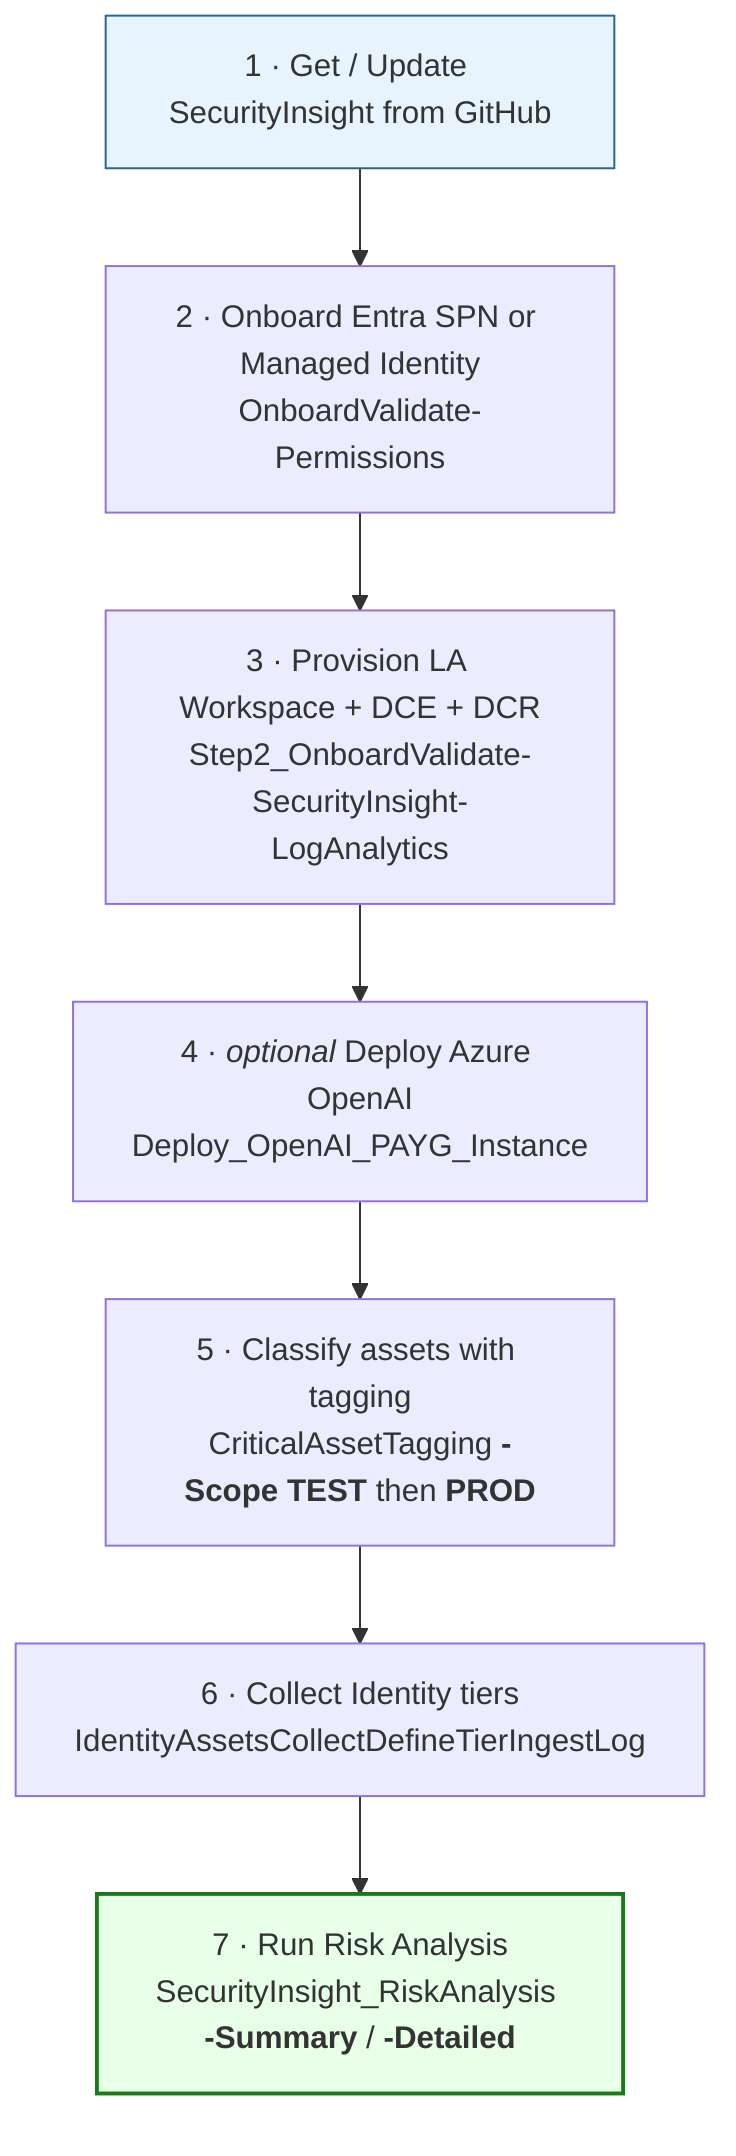
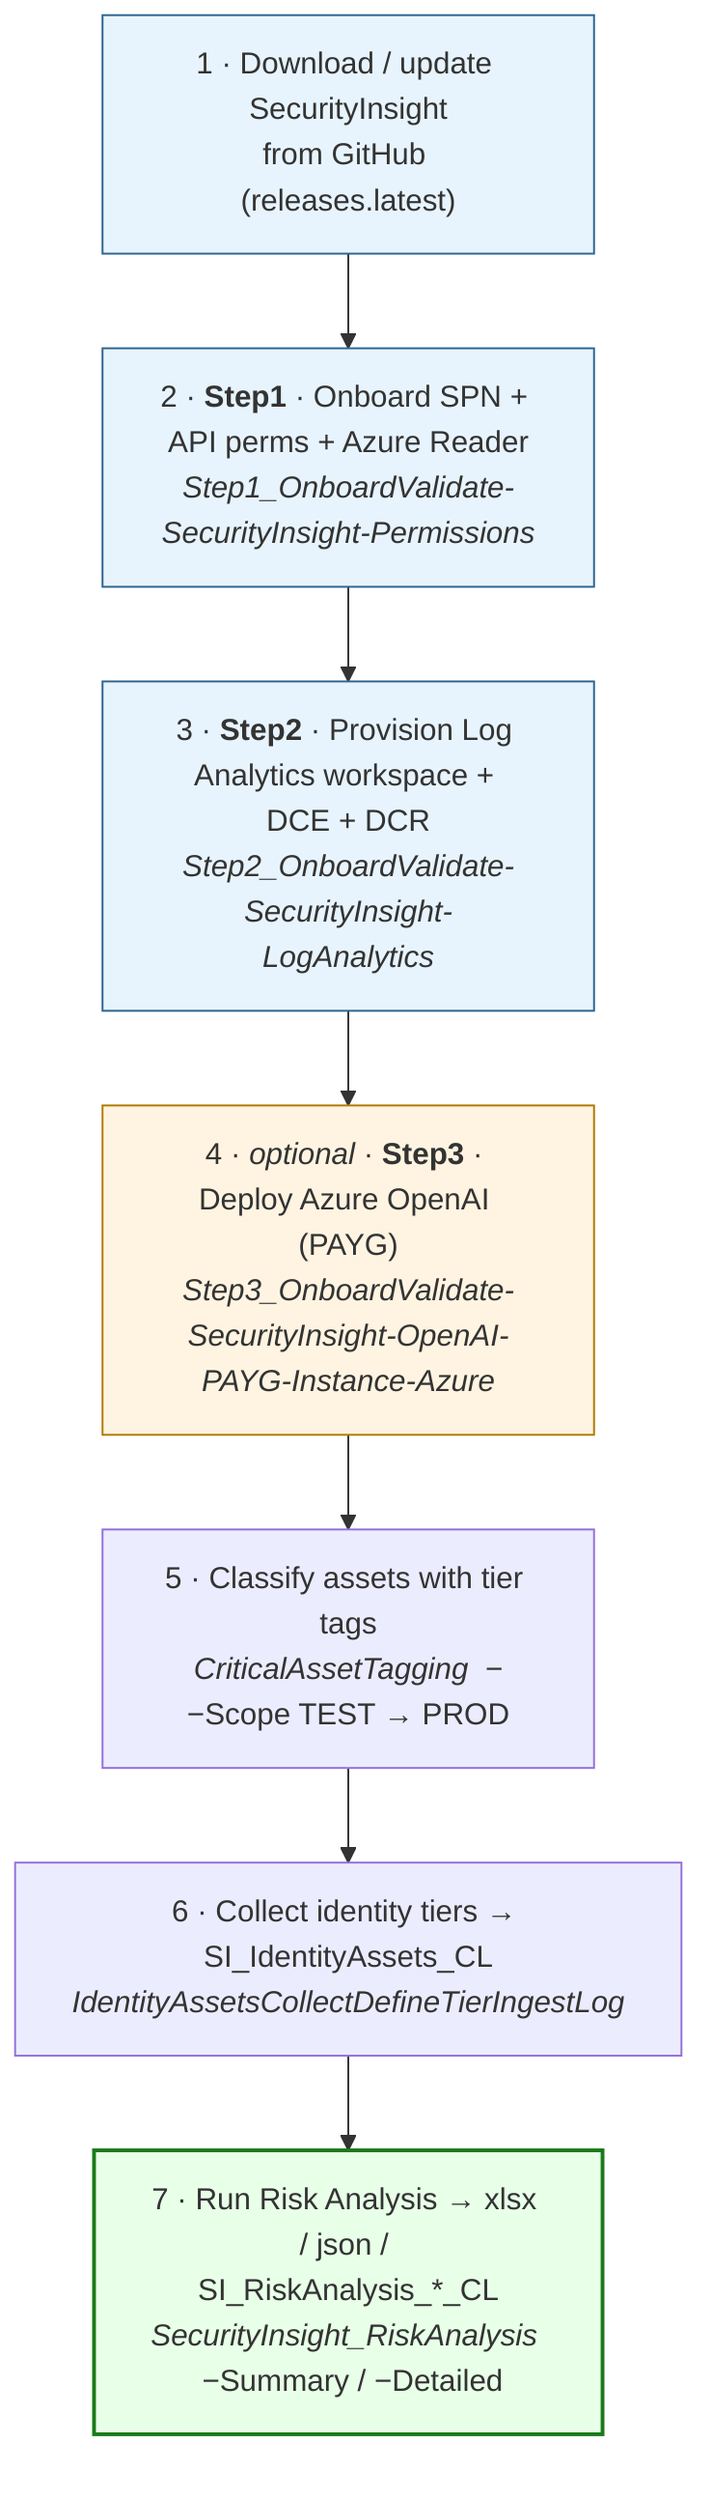
%% 7-step quick-start workflow: from GitHub download to running Risk Analysis.
%% Used in README § 3.1 (High-level overview).
flowchart TD
-     S1[1 · Get / Update SecurityInsight from GitHub] --> S2[2 · Onboard Entra SPN or Managed Identity<br/>OnboardValidate-Permissions]
-     S2 --> S3[3 · Provision LA Workspace + DCE + DCR<br/>Step2_OnboardValidate-SecurityInsight-LogAnalytics]
-     S3 --> S4[4 · <i>optional</i> Deploy Azure OpenAI<br/>Deploy_OpenAI_PAYG_Instance]
-     S4 --> S5[5 · Classify assets with tagging<br/>CriticalAssetTagging <b>-Scope TEST</b> then <b>PROD</b>]
-     S5 --> S6[6 · Collect Identity tiers<br/>IdentityAssetsCollectDefineTierIngestLog]
-     S6 --> S7[7 · Run Risk Analysis<br/>SecurityInsight_RiskAnalysis <b>-Summary</b> / <b>-Detailed</b>]
+     S1["1 &middot; Download / update SecurityInsight<br/>from GitHub (releases.latest)"] --> S2["2 &middot; <b>Step1</b> &middot; Onboard SPN + API perms + Azure Reader<br/><i>Step1_OnboardValidate-SecurityInsight-Permissions</i>"]
+     S2 --> S3["3 &middot; <b>Step2</b> &middot; Provision Log Analytics workspace + DCE + DCR<br/><i>Step2_OnboardValidate-SecurityInsight-LogAnalytics</i>"]
+     S3 --> S4["4 &middot; <i>optional</i> &middot; <b>Step3</b> &middot; Deploy Azure OpenAI (PAYG)<br/><i>Step3_OnboardValidate-SecurityInsight-OpenAI-PAYG-Instance-Azure</i>"]
+     S4 --> S5["5 &middot; Classify assets with tier tags<br/><i>CriticalAssetTagging</i> &nbsp;&minus;&minus;Scope TEST &rarr; PROD"]
+     S5 --> S6["6 &middot; Collect identity tiers &rarr; SI_IdentityAssets_CL<br/><i>IdentityAssetsCollectDefineTierIngestLog</i>"]
+     S6 --> S7["7 &middot; Run Risk Analysis &rarr; xlsx / json / SI_RiskAnalysis_*_CL<br/><i>SecurityInsight_RiskAnalysis</i> &nbsp;&minus;Summary / &minus;Detailed"]
    style S1 fill:#e8f4fd,stroke:#2a6592
+     style S2 fill:#e8f4fd,stroke:#2a6592
+     style S3 fill:#e8f4fd,stroke:#2a6592
+     style S4 fill:#fff4e1,stroke:#b07a00
    style S7 fill:#e8ffe8,stroke:#1a7a1a,stroke-width:2px
